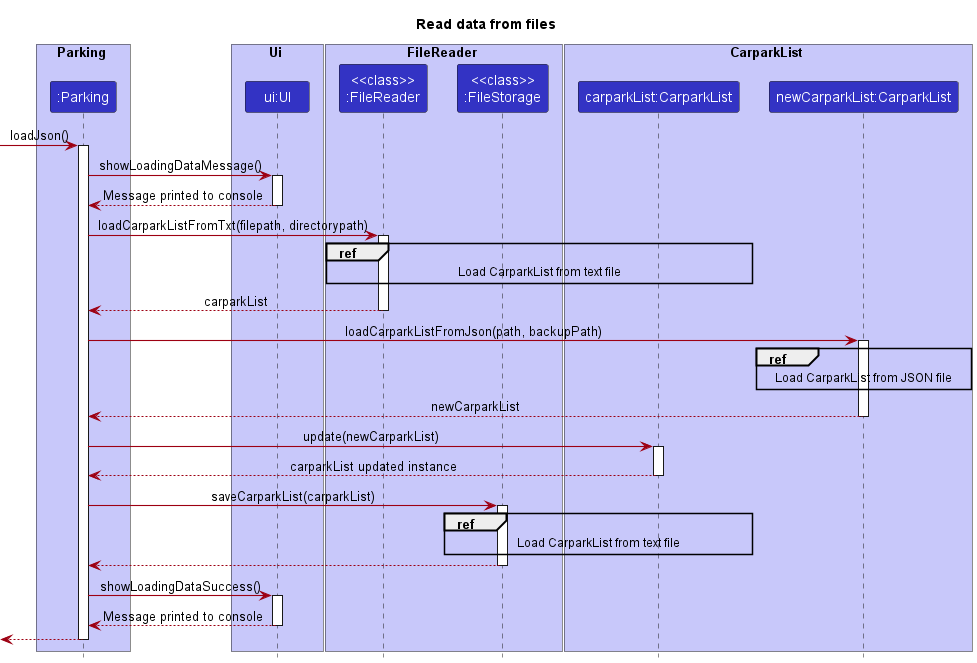
Before: docs/images/FileLoadOverview.png, a diagram exported from PlantUML (nus-cs2113-AY2223S1/tp). The source it was exported from:
```plantuml
@startuml
!include style.puml
skinparam arrowThickness 1.1
skinparam arrowColor MODEL_COLOR
skinparam classBackgroundColor MODEL_COLOR
show field
show methods

title Read data from files

box Parking LOGIC_COLOR_T1
participant ":Parking" as Parking LOGIC_COLOR
end box

box Ui LOGIC_COLOR_T1
participant "ui:UI" as Ui LOGIC_COLOR
end box

box FileReader LOGIC_COLOR_T1
participant "<<class>>\n:FileReader" as FileReader LOGIC_COLOR
participant "<<class>>\n:FileStorage" as FileStorage LOGIC_COLOR
end box

box CarparkList LOGIC_COLOR_T1
participant "carparkList:CarparkList" as CarparkList LOGIC_COLOR
participant "newCarparkList:CarparkList" as newCarparkList LOGIC_COLOR
end box


[-> Parking : loadJson()
activate Parking

Parking -> Ui : showLoadingDataMessage()
activate Ui
Ui --> Parking : Message printed to console
deactivate Ui

Parking -> FileReader : loadCarparkListFromTxt(filepath, directorypath)
activate FileReader
ref over FileReader, CarparkList : Load CarparkList from text file
Parking <-- FileReader : carparkList
deactivate FileReader

Parking -> newCarparkList : loadCarparkListFromJson(path, backupPath)
activate newCarparkList
ref over newCarparkList : Load CarparkList from JSON file
Parking <-- newCarparkList : newCarparkList
deactivate newCarparkList

Parking -> CarparkList : update(newCarparkList)
activate CarparkList
Parking <-- CarparkList : carparkList updated instance
deactivate CarparkList

Parking -> FileStorage : saveCarparkList(carparkList)
activate FileStorage
ref over FileStorage, CarparkList : Load CarparkList from text file
Parking <-- FileStorage
deactivate FileStorage

Parking -> Ui : showLoadingDataSuccess()
activate Ui
return Message printed to console
<-- Parking
deactivate Parking








@enduml
```
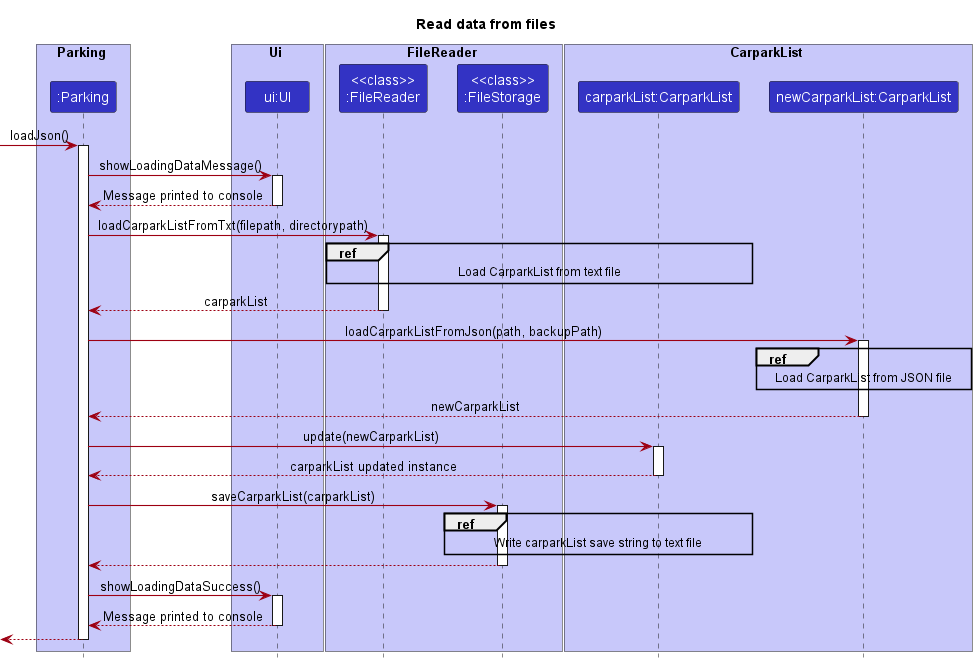
The same diagram one commit later.

The edit, as a diff of the source:
```diff
@@ -54,7 +54,7 @@
 
 Parking -> FileStorage : saveCarparkList(carparkList)
 activate FileStorage
-ref over FileStorage, CarparkList : Load CarparkList from text file
+ref over FileStorage, CarparkList : Write carparkList save string to text file
 Parking <-- FileStorage
 deactivate FileStorage
 
```
